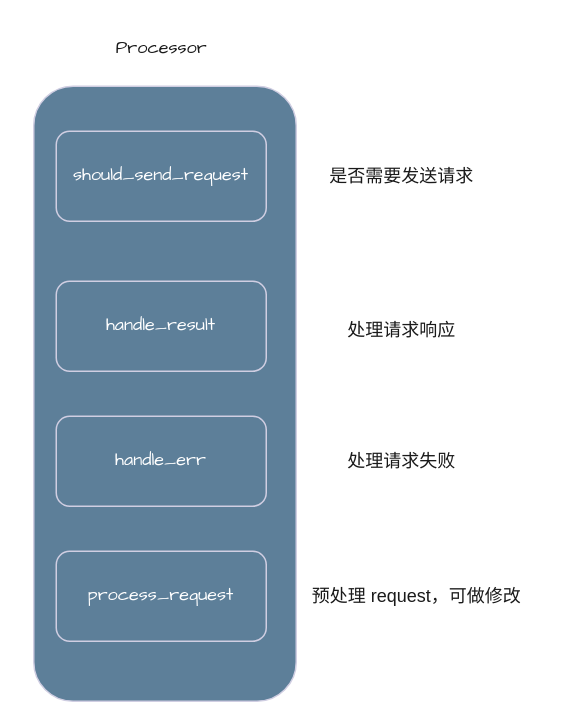
Earlier version of the draw.io diagram page "Processor" (2 of 2) of data_crawl.drawio (silan-liu/drawio). Source tidied: cells renumbered, new cells numbered last; positions are measured from the earlier drawing's top-left corner, leaving out a move shared by most shapes. Both pictures are drawn from the tidied source at 150%, with x=0, y=0 at pixel (33, 26).
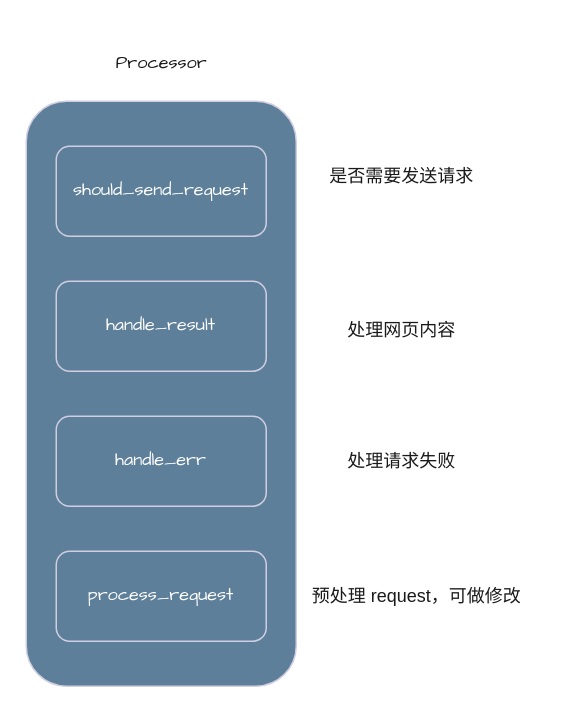
Above is the later version.

Change to the diagram source:
```diff
@@
 <mxGraphModel>
   <root>
     <mxCell id="0" />
     <mxCell id="1" parent="0" />
     <mxCell id="2" style="rounded=1;whiteSpace=wrap;html=1;strokeColor=#D0CEE2;fillColor=#5D7F99;fontFamily=Comic Sans MS;labelBackgroundColor=none;fontColor=#1A1A1A;" parent="1" vertex="1">
-      <mxGeometry y="40" width="175" height="410" as="geometry" />
+      <mxGeometry x="-5" y="50" width="180" height="390" as="geometry" />
     </mxCell>
     <mxCell id="3" value="&lt;font color=&quot;#ffffff&quot;&gt;should_send_request&lt;/font&gt;" style="rounded=1;whiteSpace=wrap;html=1;strokeColor=#D0CEE2;fontColor=#1A1A1A;fillColor=#5D7F99;fontFamily=Comic Sans MS;labelBackgroundColor=none;" parent="1" vertex="1">
-      <mxGeometry x="15" y="70" width="140" height="60" as="geometry" />
+      <mxGeometry x="15" y="80" width="140" height="60" as="geometry" />
     </mxCell>
     <mxCell id="4" value="handle_result" style="rounded=1;whiteSpace=wrap;html=1;strokeColor=#D0CEE2;fontColor=#FFFFFF;fillColor=#5D7F99;fontFamily=Comic Sans MS;labelBackgroundColor=none;" parent="1" vertex="1">
       <mxGeometry x="15" y="170" width="140" height="60" as="geometry" />
     </mxCell>
     <mxCell id="5" value="handle_err" style="rounded=1;whiteSpace=wrap;html=1;strokeColor=#D0CEE2;fontColor=#FFFFFF;fillColor=#5D7F99;fontFamily=Comic Sans MS;labelBackgroundColor=none;" parent="1" vertex="1">
       <mxGeometry x="15" y="260" width="140" height="60" as="geometry" />
     </mxCell>
     <mxCell id="6" value="Processor" style="text;html=1;align=center;verticalAlign=middle;strokeColor=none;fillColor=none;fontColor=#1A1A1A;fontFamily=Comic Sans MS;labelBackgroundColor=none;" parent="1" vertex="1">
-      <mxGeometry x="45" width="80" height="30" as="geometry" />
+      <mxGeometry x="45" y="10" width="80" height="30" as="geometry" />
     </mxCell>
     <mxCell id="7" value="process_request" style="rounded=1;whiteSpace=wrap;html=1;strokeColor=#D0CEE2;fontColor=#FFFFFF;fillColor=#5D7F99;fontFamily=Comic Sans MS;labelBackgroundColor=none;" parent="1" vertex="1">
       <mxGeometry x="15" y="350" width="140" height="60" as="geometry" />
     </mxCell>
     <mxCell id="8" value="是否需要发送请求" style="text;html=1;align=center;verticalAlign=middle;strokeColor=none;fillColor=none;fontColor=#1A1A1A;" parent="1" vertex="1">
       <mxGeometry x="185" y="85" width="120" height="30" as="geometry" />
     </mxCell>
-    <mxCell id="9" value="处理请求响应" style="text;html=1;align=center;verticalAlign=middle;strokeColor=none;fillColor=none;fontColor=#1A1A1A;" parent="1" vertex="1">
+    <mxCell id="9" value="处理网页内容" style="text;html=1;align=center;verticalAlign=middle;strokeColor=none;fillColor=none;fontColor=#1A1A1A;" parent="1" vertex="1">
       <mxGeometry x="195" y="188" width="100" height="30" as="geometry" />
     </mxCell>
     <mxCell id="10" value="处理请求失败" style="text;html=1;align=center;verticalAlign=middle;strokeColor=none;fillColor=none;fontColor=#1A1A1A;" parent="1" vertex="1">
       <mxGeometry x="195" y="275" width="100" height="30" as="geometry" />
     </mxCell>
     <mxCell id="11" value="预处理 request，可做修改" style="text;html=1;align=center;verticalAlign=middle;strokeColor=none;fillColor=none;fontColor=#1A1A1A;" parent="1" vertex="1">
       <mxGeometry x="175" y="365" width="160" height="30" as="geometry" />
     </mxCell>
   </root>
 </mxGraphModel>
```
